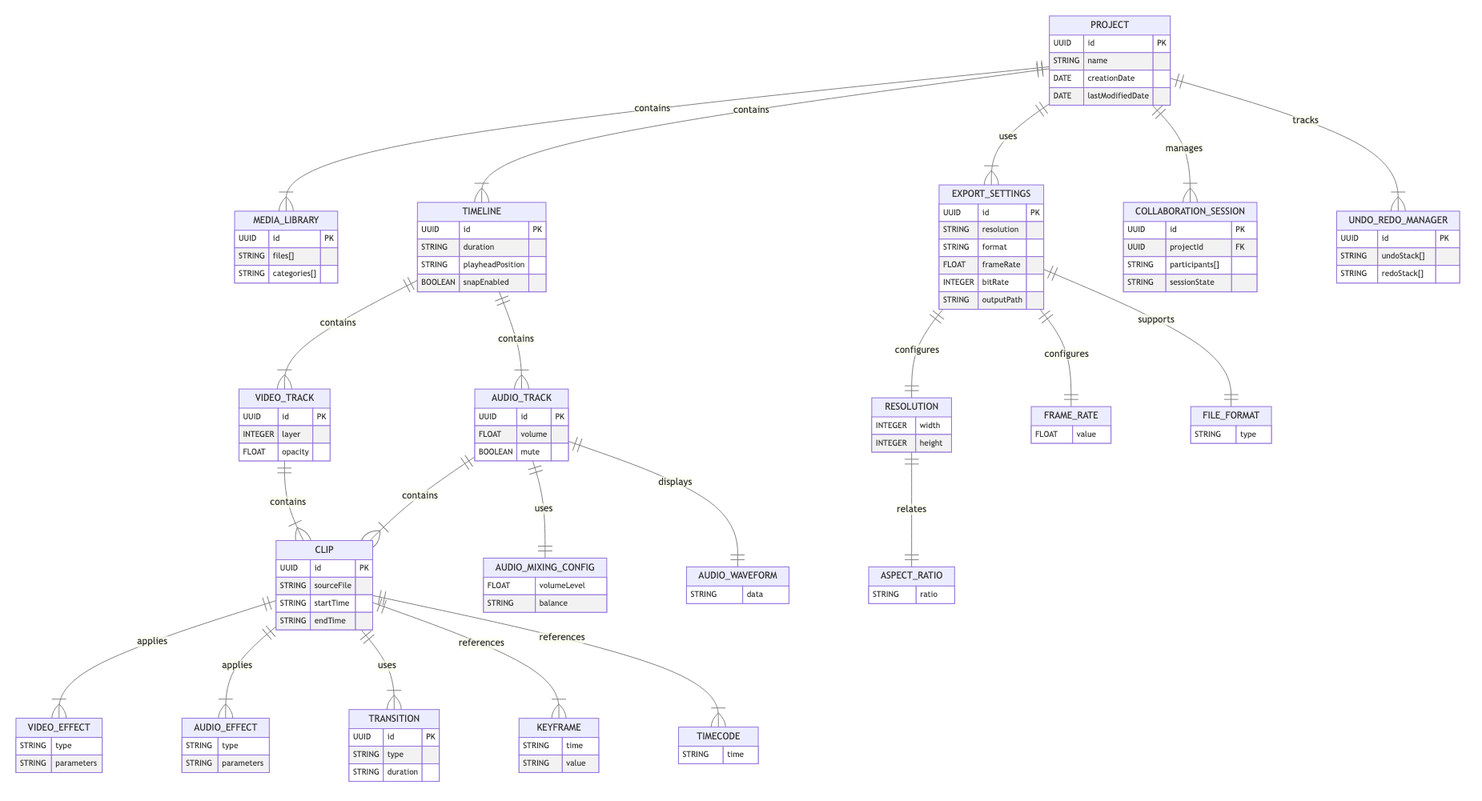
The Mermaid diagram docs/usecases/VideoEditor/erdiagram.mmd.png in qtvhao/quickcurl, before a commit. Its source is kept beside it as docs/usecases/VideoEditor/erdiagram.mmd.
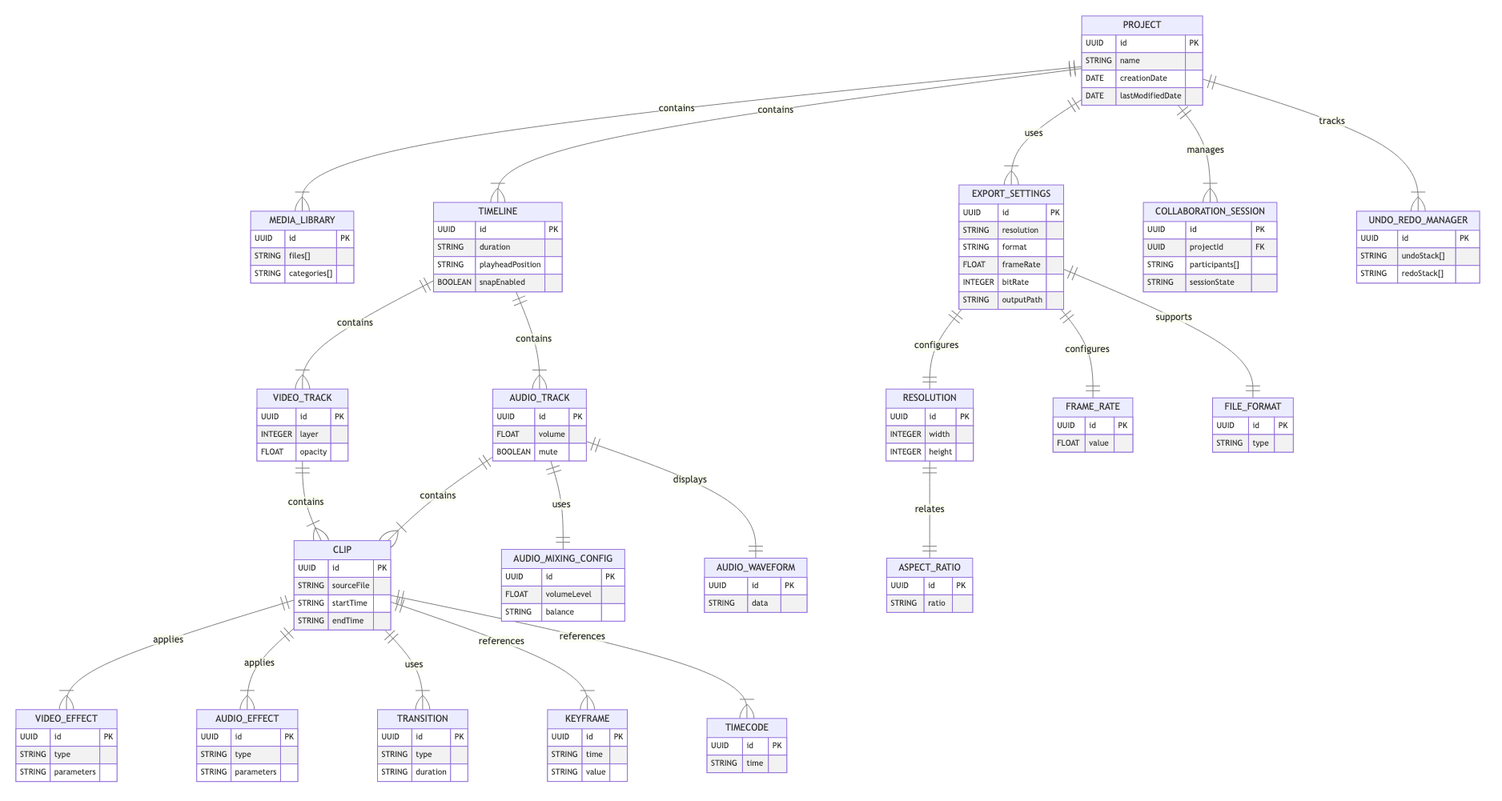
Later version of the same file.

Commit message:
Add primary keys to value objects in VideoEditor ER diagram

Diff of the diagram source:
```diff
@@ -67,47 +67,57 @@
 }
 
 RESOLUTION {
+  UUID id PK
   INTEGER width
   INTEGER height
 }
 
 FRAME_RATE {
+  UUID id PK
   FLOAT value
 }
 
 FILE_FORMAT {
+  UUID id PK
   STRING type
 }
 
 TIMECODE {
+  UUID id PK
   STRING time
 }
 
 VIDEO_EFFECT {
+  UUID id PK
   STRING type
   STRING parameters
 }
 
 AUDIO_EFFECT {
+  UUID id PK
   STRING type
   STRING parameters
 }
 
 KEYFRAME {
+  UUID id PK
   STRING time
   STRING value
 }
 
 AUDIO_MIXING_CONFIG {
+  UUID id PK
   FLOAT volumeLevel
   STRING balance
 }
 
 ASPECT_RATIO {
+  UUID id PK
   STRING ratio
 }
 
 AUDIO_WAVEFORM {
+  UUID id PK
   STRING data
 }
 
```
